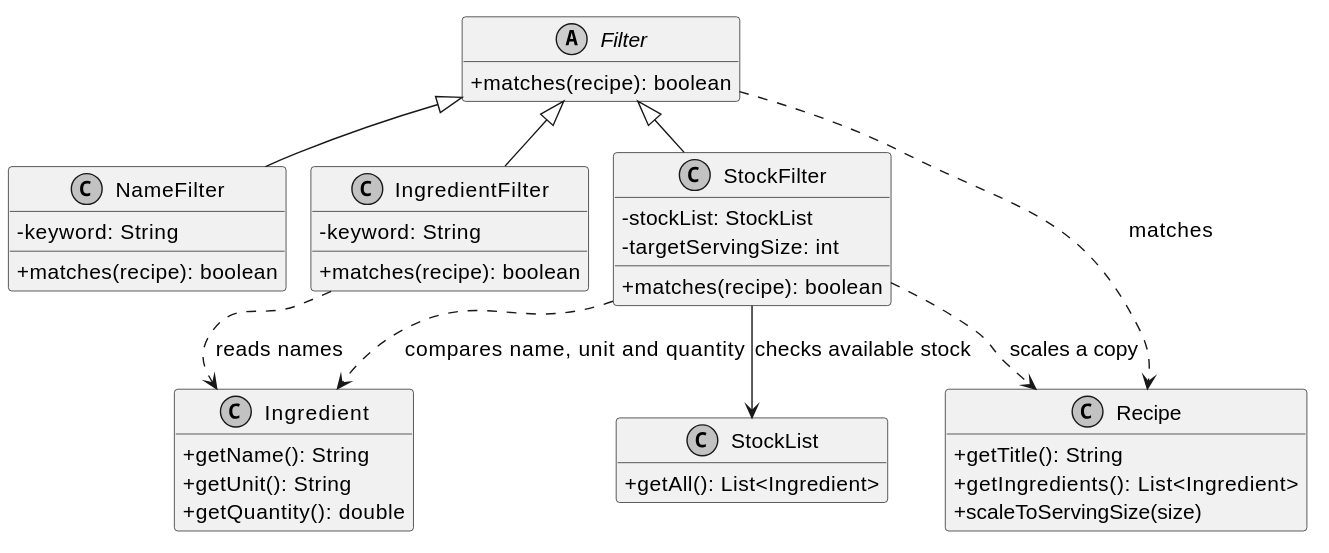
This is docs/diagrams/search-filter-classes.svg from AY2627S1-CS2113-W14-3/tp, a PlantUML export, as it was before one commit.
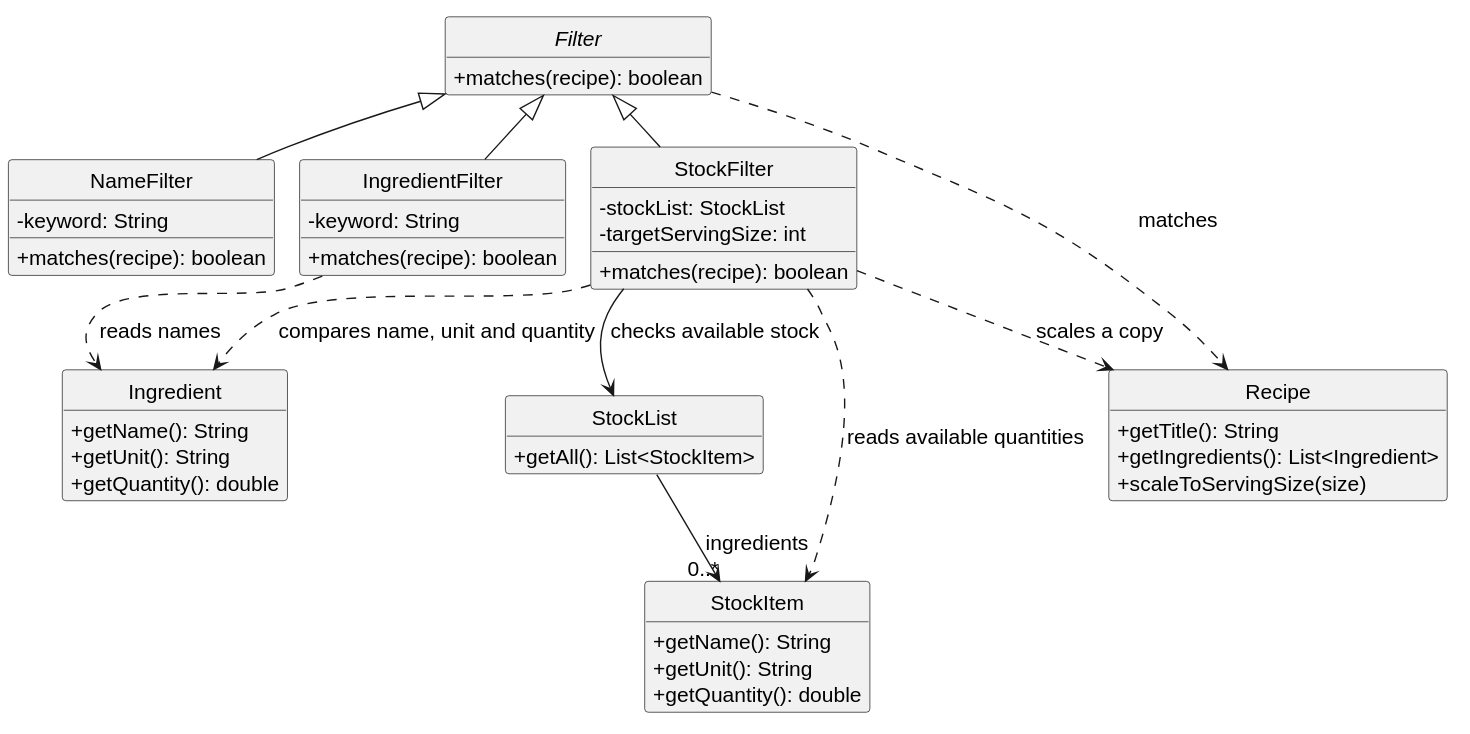
After the change.

What changed in the source:
```diff
@@ -6,6 +6,7 @@
 skinparam defaultFontName SansSerif
 skinparam defaultFontSize 15
 hide empty members
+hide circle
 
 abstract class Filter {
   +matches(recipe): boolean
@@ -34,7 +35,12 @@
   +getQuantity(): double
 }
 class StockList {
-  +getAll(): List<Ingredient>
+  +getAll(): List<StockItem>
+}
+class StockItem {
+  +getName(): String
+  +getUnit(): String
+  +getQuantity(): double
 }
 
 Filter <|-- NameFilter
@@ -44,5 +50,7 @@
 IngredientFilter ..> Ingredient : reads names
 StockFilter --> StockList : checks available stock
 StockFilter ..> Ingredient : compares name, unit and quantity
+StockList --> "0..*" StockItem : ingredients
+StockFilter ..> StockItem : reads available quantities
 StockFilter ..> Recipe : scales a copy
 @enduml
```
